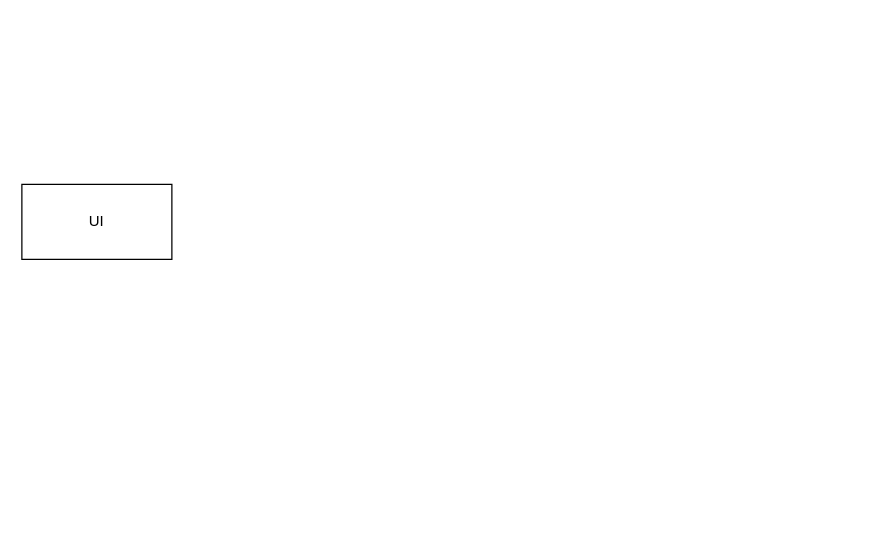
Above: docs/smart.drawio in tctalk-cn/orchestrator (draw.io), before the change. Source tidied: cells renumbered, new cells numbered last; positions are measured from the earlier drawing's top-left corner, leaving out a move shared by most shapes. Both pictures are drawn from the tidied source at 125%, with x=0, y=0 at pixel (21, 184).
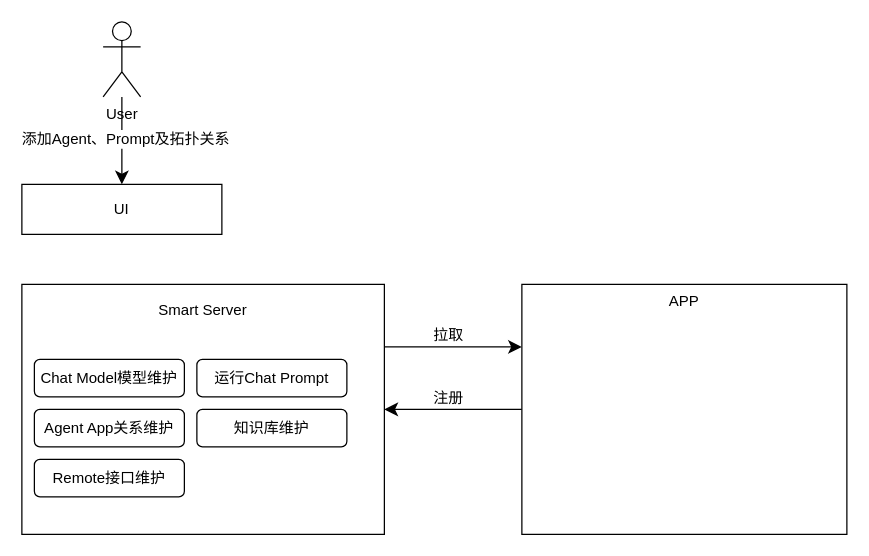
Above is the later version.

The edit, as a diff of the source:
```diff
@@
 <mxGraphModel>
   <root>
     <mxCell id="0" />
     <mxCell id="1" parent="0" />
     <mxCell id="2" value="UI" style="rounded=0;whiteSpace=wrap;html=1;" parent="1" vertex="1">
-      <mxGeometry width="120" height="60" as="geometry" />
+      <mxGeometry width="160" height="40" as="geometry" />
     </mxCell>
+    <mxCell id="3" style="edgeStyle=none;curved=1;rounded=0;jettySize=auto;html=1;fontSize=12;startSize=8;endSize=8;" parent="1" edge="1" source="5" target="2">
+      <mxGeometry relative="1" as="geometry" />
+    </mxCell>
+    <mxCell id="4" value="添加Agent、Prompt及拓扑关系" style="edgeLabel;html=1;align=center;verticalAlign=middle;fontSize=12;" parent="3" vertex="1">
+      <mxGeometry x="-0.06" y="2" relative="1" as="geometry" />
+    </mxCell>
+    <mxCell id="5" value="User" style="shape=umlActor;verticalLabelPosition=bottom;verticalAlign=top;html=1;outlineConnect=0;" parent="1" vertex="1">
+      <mxGeometry x="65" y="-130" width="30" height="60" as="geometry" />
+    </mxCell>
+    <mxCell id="6" style="edgeStyle=none;curved=1;rounded=0;jettySize=auto;html=1;fontSize=12;startSize=8;endSize=8;exitX=1;exitY=0.25;exitDx=0;exitDy=0;entryX=0;entryY=0.25;entryDx=0;entryDy=0;" parent="1" edge="1" source="8" target="16">
+      <mxGeometry relative="1" as="geometry" />
+    </mxCell>
+    <mxCell id="7" value="拉取" style="edgeLabel;html=1;align=center;verticalAlign=middle;fontSize=12;" parent="6" vertex="1">
+      <mxGeometry x="-0.25" y="-3" relative="1" as="geometry">
+        <mxPoint x="9" y="-13" as="offset" />
+      </mxGeometry>
+    </mxCell>
+    <mxCell id="8" value="Smart Server&lt;div&gt;&lt;br&gt;&lt;/div&gt;&lt;div&gt;&lt;br&gt;&lt;/div&gt;&lt;div&gt;&lt;br&gt;&lt;/div&gt;&lt;div&gt;&lt;br&gt;&lt;/div&gt;&lt;div&gt;&lt;br&gt;&lt;/div&gt;&lt;div&gt;&lt;br&gt;&lt;/div&gt;&lt;div&gt;&lt;br&gt;&lt;/div&gt;&lt;div&gt;&lt;br&gt;&lt;/div&gt;&lt;div&gt;&lt;br&gt;&lt;/div&gt;&lt;div&gt;&lt;br&gt;&lt;/div&gt;&lt;div&gt;&lt;br&gt;&lt;/div&gt;" style="rounded=0;whiteSpace=wrap;html=1;" parent="1" vertex="1">
+      <mxGeometry y="80" width="290" height="200" as="geometry" />
+    </mxCell>
+    <mxCell id="9" value="Chat Model模型维护" style="rounded=1;whiteSpace=wrap;html=1;" parent="1" vertex="1">
+      <mxGeometry x="10" y="140" width="120" height="30" as="geometry" />
+    </mxCell>
+    <mxCell id="10" value="Agent App关系维护" style="rounded=1;whiteSpace=wrap;html=1;" parent="1" vertex="1">
+      <mxGeometry x="10" y="180" width="120" height="30" as="geometry" />
+    </mxCell>
+    <mxCell id="11" value="运行Chat Prompt" style="rounded=1;whiteSpace=wrap;html=1;" parent="1" vertex="1">
+      <mxGeometry x="140" y="140" width="120" height="30" as="geometry" />
+    </mxCell>
+    <mxCell id="12" value="知识库维护" style="rounded=1;whiteSpace=wrap;html=1;" parent="1" vertex="1">
+      <mxGeometry x="140" y="180" width="120" height="30" as="geometry" />
+    </mxCell>
+    <mxCell id="13" value="Remote接口维护" style="rounded=1;whiteSpace=wrap;html=1;" parent="1" vertex="1">
+      <mxGeometry x="10" y="220" width="120" height="30" as="geometry" />
+    </mxCell>
+    <mxCell id="14" style="edgeStyle=none;curved=1;rounded=0;jettySize=auto;html=1;entryX=1;entryY=0.5;entryDx=0;entryDy=0;fontSize=12;startSize=8;endSize=8;" parent="1" edge="1" source="16" target="8">
+      <mxGeometry relative="1" as="geometry" />
+    </mxCell>
+    <mxCell id="15" value="注册" style="edgeLabel;html=1;align=center;verticalAlign=middle;fontSize=12;" parent="14" vertex="1">
+      <mxGeometry x="0.29" y="-3" relative="1" as="geometry">
+        <mxPoint x="11" y="-7" as="offset" />
+      </mxGeometry>
+    </mxCell>
+    <mxCell id="16" value="APP&lt;div&gt;&lt;br&gt;&lt;/div&gt;&lt;div&gt;&lt;br&gt;&lt;/div&gt;&lt;div&gt;&lt;br&gt;&lt;/div&gt;&lt;div&gt;&lt;br&gt;&lt;/div&gt;&lt;div&gt;&lt;br&gt;&lt;/div&gt;&lt;div&gt;&lt;br&gt;&lt;/div&gt;&lt;div&gt;&lt;br&gt;&lt;/div&gt;&lt;div&gt;&lt;br&gt;&lt;/div&gt;&lt;div&gt;&lt;br&gt;&lt;/div&gt;&lt;div&gt;&lt;br&gt;&lt;/div&gt;&lt;div&gt;&lt;br&gt;&lt;/div&gt;&lt;div&gt;&lt;br&gt;&lt;/div&gt;" style="rounded=0;whiteSpace=wrap;html=1;" parent="1" vertex="1">
+      <mxGeometry x="400" y="80" width="260" height="200" as="geometry" />
+    </mxCell>
   </root>
 </mxGraphModel>
```
